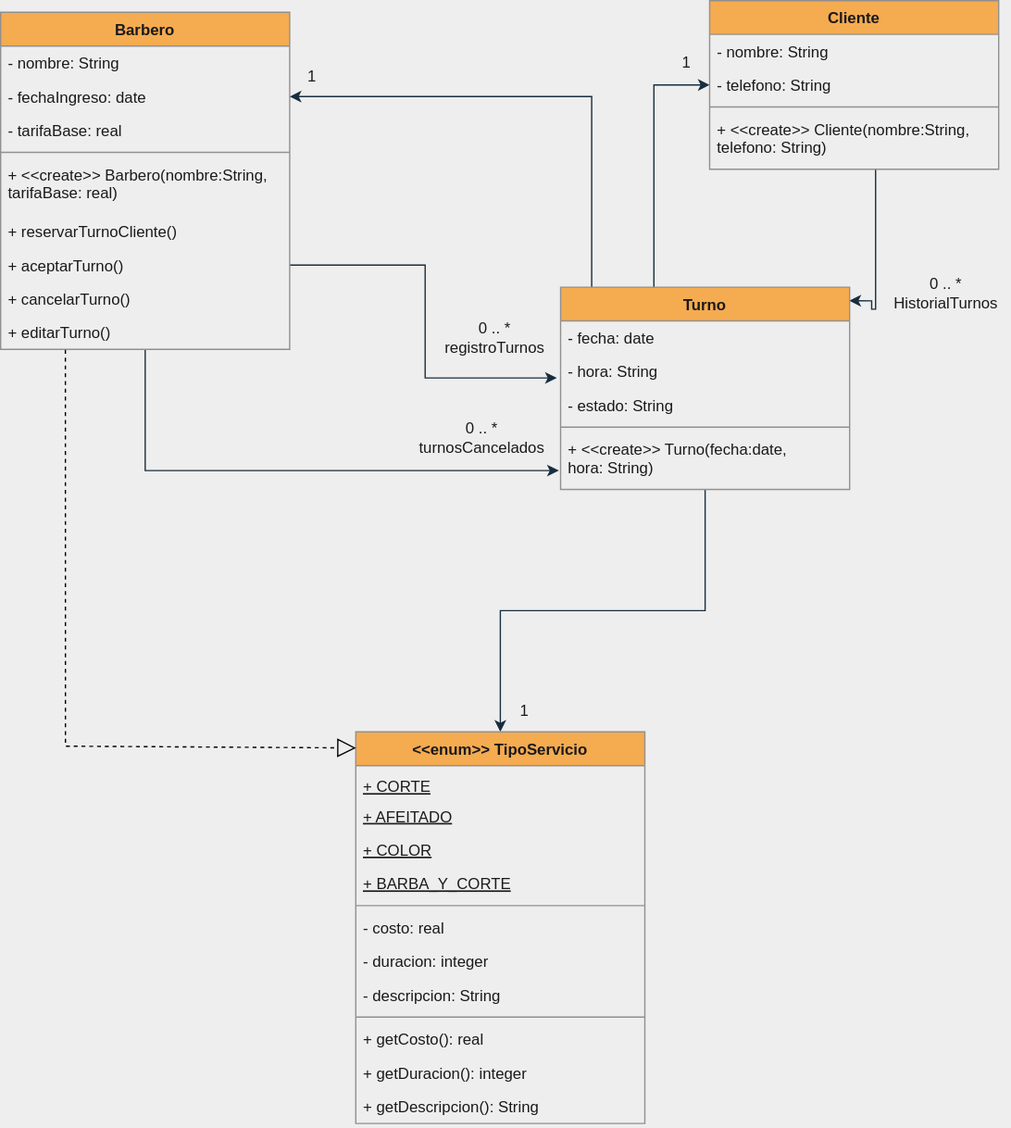
This is GestionTurnosBarberia/UML.svg from dazayamil/Java_Objetos1, a draw.io export, as it was before one commit. Source tidied: cells renumbered, new cells last; positions are measured from the earlier drawing's top-left corner, leaving out a move shared by most shapes.
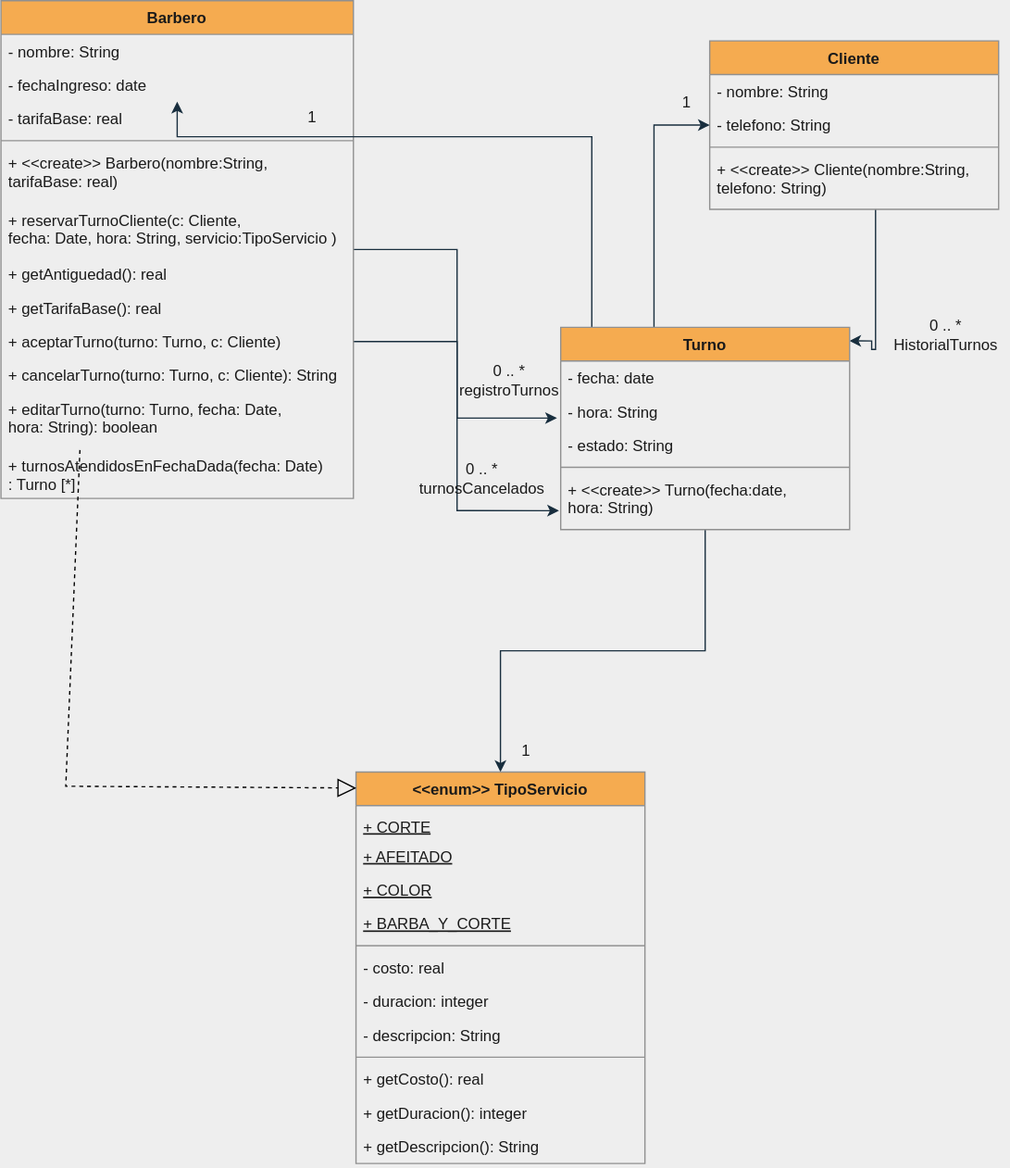
The same file after the commit.

Commit message:
Modificacion UML

Change to the diagram source:
```diff
@@ -9,35 +9,44 @@
       <mxGeometry relative="1" as="geometry" />
     </mxCell>
     <mxCell id="4" value="Barbero" style="swimlane;fontStyle=1;align=center;verticalAlign=top;horizontal=1;startSize=26;strokeColor=#909090;fontColor=#1A1A1A;fillColor=#F5AB50;" parent="1" vertex="1">
-      <mxGeometry y="9" width="223" height="260" as="geometry" />
+      <mxGeometry y="-31" width="272" height="384" as="geometry" />
     </mxCell>
     <mxCell id="5" value="- nombre: String" style="text;strokeColor=none;fillColor=none;align=left;verticalAlign=top;spacingLeft=4;spacingRight=4;overflow=hidden;fontColor=#1A1A1A;" parent="4" vertex="1">
-      <mxGeometry y="26" width="223" height="26" as="geometry" />
+      <mxGeometry y="26" width="272" height="26" as="geometry" />
     </mxCell>
     <mxCell id="6" value="- fechaIngreso: date" style="text;strokeColor=none;fillColor=none;align=left;verticalAlign=top;spacingLeft=4;spacingRight=4;overflow=hidden;points=[[0,0.5],[1,0.5]];portConstraint=eastwest;fontColor=#1A1A1A;" parent="4" vertex="1">
-      <mxGeometry y="52" width="223" height="26" as="geometry" />
+      <mxGeometry y="52" width="272" height="26" as="geometry" />
     </mxCell>
     <mxCell id="7" value="- tarifaBase: real" style="text;strokeColor=none;fillColor=none;align=left;verticalAlign=top;spacingLeft=4;spacingRight=4;overflow=hidden;fontColor=#1A1A1A;" parent="4" vertex="1">
-      <mxGeometry y="78" width="223" height="26" as="geometry" />
+      <mxGeometry y="78" width="272" height="26" as="geometry" />
     </mxCell>
     <mxCell id="8" style="line;strokeWidth=1;fillColor=none;align=left;verticalAlign=middle;spacingTop=-1;spacingLeft=3;spacingRight=3;labelPosition=right;strokeColor=inherit;fontColor=#1A1A1A;" parent="4" vertex="1">
-      <mxGeometry y="104" width="223" height="8" as="geometry" />
+      <mxGeometry y="104" width="272" height="8" as="geometry" />
     </mxCell>
     <mxCell id="9" value="+ &lt;&lt;create&gt;&gt; Barbero(nombre:String,&#10;tarifaBase: real)" style="text;strokeColor=none;fillColor=none;align=left;verticalAlign=top;spacingLeft=4;spacingRight=4;overflow=hidden;fontColor=#1A1A1A;" parent="4" vertex="1">
-      <mxGeometry y="112" width="223" height="44" as="geometry" />
+      <mxGeometry y="112" width="272" height="44" as="geometry" />
     </mxCell>
-    <mxCell id="10" value="+ reservarTurnoCliente()" style="text;strokeColor=none;fillColor=none;align=left;verticalAlign=top;spacingLeft=4;spacingRight=4;overflow=hidden;fontColor=#1A1A1A;" parent="4" vertex="1">
-      <mxGeometry y="156" width="223" height="26" as="geometry" />
+    <mxCell id="10" value="+ reservarTurnoCliente(c: Cliente,&#10;fecha: Date, hora: String, servicio:TipoServicio )" style="text;strokeColor=none;fillColor=none;align=left;verticalAlign=top;spacingLeft=4;spacingRight=4;overflow=hidden;fontColor=#1A1A1A;" parent="4" vertex="1">
+      <mxGeometry y="156" width="272" height="42" as="geometry" />
     </mxCell>
+    <mxCell id="49" value="+ getAntiguedad(): real" style="text;strokeColor=none;fillColor=none;align=left;verticalAlign=top;spacingLeft=4;spacingRight=4;overflow=hidden;fontColor=#1A1A1A;" parent="4" vertex="1">
+      <mxGeometry y="198" width="272" height="26" as="geometry" />
+    </mxCell>
+    <mxCell id="50" value="+ getTarifaBase(): real" style="text;strokeColor=none;fillColor=none;align=left;verticalAlign=top;spacingLeft=4;spacingRight=4;overflow=hidden;fontColor=#1A1A1A;" parent="4" vertex="1">
+      <mxGeometry y="224" width="272" height="26" as="geometry" />
+    </mxCell>
-    <mxCell id="11" value="+ aceptarTurno()" style="text;strokeColor=none;fillColor=none;align=left;verticalAlign=top;spacingLeft=4;spacingRight=4;overflow=hidden;points=[[0,0.5],[1,0.5]];portConstraint=eastwest;fontColor=#1A1A1A;" parent="4" vertex="1">
-      <mxGeometry y="182" width="223" height="26" as="geometry" />
+    <mxCell id="11" value="+ aceptarTurno(turno: Turno, c: Cliente)" style="text;strokeColor=none;fillColor=none;align=left;verticalAlign=top;spacingLeft=4;spacingRight=4;overflow=hidden;points=[[0,0.5],[1,0.5]];portConstraint=eastwest;fontColor=#1A1A1A;" parent="4" vertex="1">
+      <mxGeometry y="250" width="272" height="26" as="geometry" />
     </mxCell>
-    <mxCell id="12" value="+ cancelarTurno()" style="text;strokeColor=none;fillColor=none;align=left;verticalAlign=top;spacingLeft=4;spacingRight=4;overflow=hidden;fontColor=#1A1A1A;" parent="4" vertex="1">
-      <mxGeometry y="208" width="223" height="26" as="geometry" />
+    <mxCell id="12" value="+ cancelarTurno(turno: Turno, c: Cliente): String" style="text;strokeColor=none;fillColor=none;align=left;verticalAlign=top;spacingLeft=4;spacingRight=4;overflow=hidden;fontColor=#1A1A1A;" parent="4" vertex="1">
+      <mxGeometry y="276" width="272" height="26" as="geometry" />
     </mxCell>
-    <mxCell id="13" value="+ editarTurno()" style="text;strokeColor=none;fillColor=none;align=left;verticalAlign=top;spacingLeft=4;spacingRight=4;overflow=hidden;points=[[0,0.5],[1,0.5]];portConstraint=eastwest;fontColor=#1A1A1A;" parent="4" vertex="1">
-      <mxGeometry y="234" width="223" height="26" as="geometry" />
+    <mxCell id="13" value="+ editarTurno(turno: Turno, fecha: Date, &#10;hora: String): boolean" style="text;strokeColor=none;fillColor=none;align=left;verticalAlign=top;spacingLeft=4;spacingRight=4;overflow=hidden;points=[[0,0.5],[1,0.5]];portConstraint=eastwest;fontColor=#1A1A1A;" parent="4" vertex="1">
+      <mxGeometry y="302" width="272" height="44" as="geometry" />
     </mxCell>
+    <mxCell id="51" value="+ turnosAtendidosEnFechaDada(fecha: Date)&#10;: Turno [*]" style="text;strokeColor=none;fillColor=none;align=left;verticalAlign=top;spacingLeft=4;spacingRight=4;overflow=hidden;fontColor=#1A1A1A;" parent="4" vertex="1">
+      <mxGeometry y="346" width="272" height="38" as="geometry" />
+    </mxCell>
     <mxCell id="14" style="edgeStyle=orthogonalEdgeStyle;rounded=0;jettySize=auto;html=1;strokeColor=#182E3E;fontColor=#1A1A1A;entryX=0.999;entryY=0.067;entryDx=0;entryDy=0;entryPerimeter=0;" parent="1" edge="1" source="15" target="23">
       <mxGeometry relative="1" as="geometry">
         <Array as="points">
@@ -137,7 +146,7 @@
       <mxGeometry y="276" width="223" height="26" as="geometry" />
     </mxCell>
     <mxCell id="42" value="0 .. *&lt;br&gt;registroTurnos" style="text;html=1;align=center;verticalAlign=middle;strokeColor=none;fillColor=none;fontColor=#1A1A1A;" parent="1" vertex="1">
-      <mxGeometry x="333" y="240" width="95" height="41" as="geometry" />
+      <mxGeometry x="344" y="241" width="95" height="41" as="geometry" />
     </mxCell>
     <mxCell id="43" value="0 .. *&lt;br&gt;turnosCancelados" style="text;html=1;align=center;verticalAlign=middle;strokeColor=none;fillColor=none;fontColor=#1A1A1A;" parent="1" vertex="1">
       <mxGeometry x="313" y="317" width="115" height="41" as="geometry" />
```
